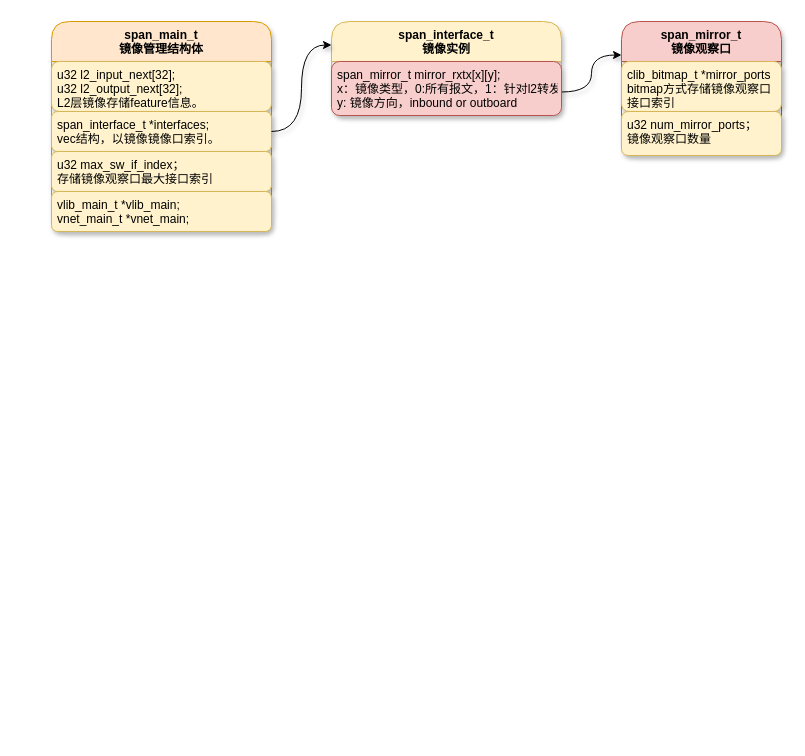
Before: new_map/vpp-span.drawio in jin13417/dpdk-vpp-learning, a draw.io diagram. Source tidied: cells renumbered, new cells numbered last; positions are measured from the earlier drawing's top-left corner, leaving out a move shared by most shapes. Both pictures are drawn from the tidied source at 100%, with x=0, y=0 at pixel (51, 21).
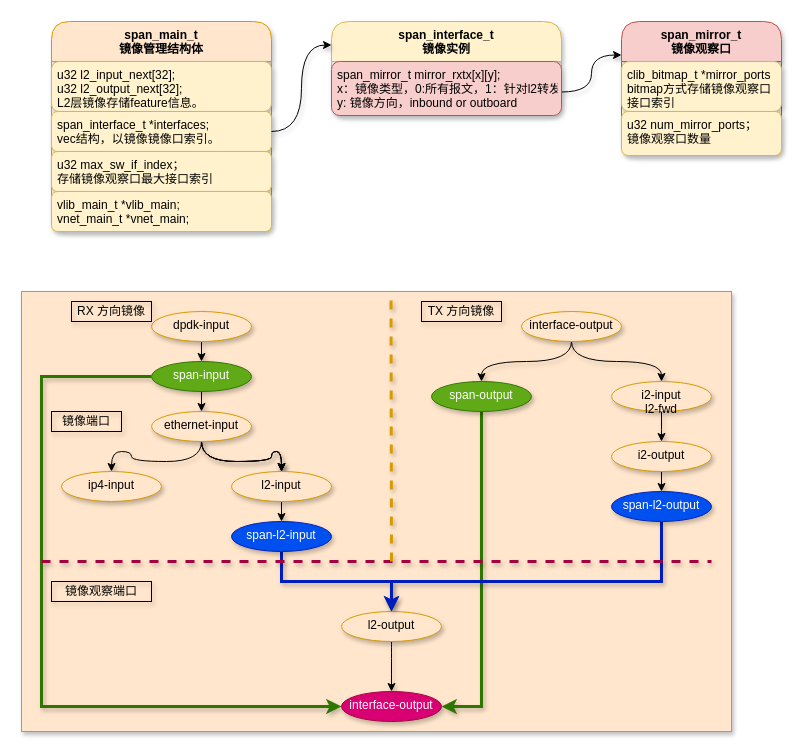
The same page after the edit.

Change to the diagram source:
```diff
@@
+    <mxCell id="14" style="rounded=0;whiteSpace=wrap;html=1;shadow=1;startSize=40;strokeColor=#d79b00;fillColor=#ffe6cc;verticalAlign=top;" parent="1" vertex="1">
+      <mxGeometry x="-30" y="270" width="710" height="440" as="geometry" />
+    </mxCell>
@@
+    <mxCell id="15" style="edgeStyle=orthogonalEdgeStyle;curved=1;rounded=0;jettySize=auto;html=1;shadow=1;startSize=40;" parent="1" edge="1" source="16" target="19">
+      <mxGeometry relative="1" as="geometry" />
+    </mxCell>
+    <mxCell id="16" value="dpdk-input" style="ellipse;whiteSpace=wrap;html=1;rounded=1;shadow=1;startSize=40;strokeColor=#d79b00;fillColor=#ffe6cc;verticalAlign=top;" parent="1" vertex="1">
+      <mxGeometry x="100" y="290" width="100" height="30" as="geometry" />
+    </mxCell>
+    <mxCell id="17" style="edgeStyle=orthogonalEdgeStyle;curved=1;rounded=0;jettySize=auto;html=1;shadow=1;startSize=40;" parent="1" edge="1" source="19" target="24">
+      <mxGeometry relative="1" as="geometry" />
+    </mxCell>
+    <mxCell id="18" style="edgeStyle=orthogonalEdgeStyle;rounded=0;jettySize=auto;html=1;exitX=0;exitY=0.5;exitDx=0;exitDy=0;entryX=0;entryY=0.5;entryDx=0;entryDy=0;shadow=1;startSize=40;fillColor=#60a917;strokeColor=#2D7600;strokeWidth=3;" parent="1" edge="1" source="19" target="32">
+      <mxGeometry relative="1" as="geometry">
+        <Array as="points">
+          <mxPoint x="-10" y="355" />
+          <mxPoint x="-10" y="685" />
+        </Array>
+      </mxGeometry>
+    </mxCell>
+    <mxCell id="19" value="span-input" style="ellipse;whiteSpace=wrap;html=1;rounded=1;shadow=1;startSize=40;strokeColor=#2D7600;fillColor=#60a917;verticalAlign=top;fontColor=#ffffff;" parent="1" vertex="1">
+      <mxGeometry x="100" y="340" width="100" height="30" as="geometry" />
+    </mxCell>
+    <mxCell id="20" style="edgeStyle=orthogonalEdgeStyle;curved=1;rounded=0;jettySize=auto;html=1;shadow=1;startSize=40;" parent="1" edge="1" source="24" target="26">
+      <mxGeometry relative="1" as="geometry" />
+    </mxCell>
+    <mxCell id="21" style="edgeStyle=orthogonalEdgeStyle;curved=1;rounded=0;jettySize=auto;html=1;shadow=1;startSize=40;" parent="1" edge="1" source="24" target="26">
+      <mxGeometry relative="1" as="geometry" />
+    </mxCell>
+    <mxCell id="22" style="edgeStyle=orthogonalEdgeStyle;curved=1;rounded=0;jettySize=auto;html=1;shadow=1;startSize=40;" parent="1" edge="1" source="24" target="26">
+      <mxGeometry relative="1" as="geometry" />
+    </mxCell>
+    <mxCell id="23" style="edgeStyle=orthogonalEdgeStyle;curved=1;rounded=0;jettySize=auto;html=1;shadow=1;startSize=40;" parent="1" edge="1" source="24" target="27">
+      <mxGeometry relative="1" as="geometry" />
+    </mxCell>
+    <mxCell id="24" value="ethernet-input" style="ellipse;whiteSpace=wrap;html=1;rounded=1;shadow=1;startSize=40;strokeColor=#d79b00;fillColor=#ffe6cc;verticalAlign=top;" parent="1" vertex="1">
+      <mxGeometry x="100" y="390" width="100" height="30" as="geometry" />
+    </mxCell>
+    <mxCell id="25" style="edgeStyle=orthogonalEdgeStyle;curved=1;rounded=0;jettySize=auto;html=1;shadow=1;startSize=40;" parent="1" edge="1" source="26" target="29">
+      <mxGeometry relative="1" as="geometry" />
+    </mxCell>
+    <mxCell id="26" value="l2-input" style="ellipse;whiteSpace=wrap;html=1;rounded=1;shadow=1;startSize=40;strokeColor=#d79b00;fillColor=#ffe6cc;verticalAlign=top;" parent="1" vertex="1">
+      <mxGeometry x="180" y="450" width="100" height="30" as="geometry" />
+    </mxCell>
+    <mxCell id="27" value="ip4-input" style="ellipse;whiteSpace=wrap;html=1;rounded=1;shadow=1;startSize=40;strokeColor=#d79b00;fillColor=#ffe6cc;verticalAlign=top;" parent="1" vertex="1">
+      <mxGeometry x="10" y="450" width="100" height="30" as="geometry" />
+    </mxCell>
+    <mxCell id="28" style="edgeStyle=orthogonalEdgeStyle;rounded=0;jettySize=auto;html=1;exitX=0.5;exitY=1;exitDx=0;exitDy=0;entryX=0.5;entryY=0;entryDx=0;entryDy=0;shadow=1;startSize=40;fillColor=#0050ef;strokeColor=#001DBC;strokeWidth=3;" parent="1" edge="1" source="29" target="31">
+      <mxGeometry relative="1" as="geometry" />
+    </mxCell>
+    <mxCell id="29" value="span-l2-input" style="ellipse;whiteSpace=wrap;html=1;rounded=1;shadow=1;startSize=40;strokeColor=#001DBC;fillColor=#0050ef;verticalAlign=top;fontColor=#ffffff;" parent="1" vertex="1">
+      <mxGeometry x="180" y="500" width="100" height="30" as="geometry" />
+    </mxCell>
+    <mxCell id="30" style="edgeStyle=orthogonalEdgeStyle;curved=1;rounded=0;jettySize=auto;html=1;shadow=1;startSize=40;" parent="1" edge="1" source="31" target="32">
+      <mxGeometry relative="1" as="geometry" />
+    </mxCell>
+    <mxCell id="31" value="l2-output" style="ellipse;whiteSpace=wrap;html=1;rounded=1;shadow=1;startSize=40;strokeColor=#d79b00;fillColor=#ffe6cc;verticalAlign=top;" parent="1" vertex="1">
+      <mxGeometry x="290" y="590" width="100" height="30" as="geometry" />
+    </mxCell>
+    <mxCell id="32" value="interface-output" style="ellipse;whiteSpace=wrap;html=1;rounded=1;shadow=1;startSize=40;strokeColor=#A50040;fillColor=#d80073;verticalAlign=top;fontColor=#ffffff;" parent="1" vertex="1">
+      <mxGeometry x="290" y="670" width="100" height="30" as="geometry" />
+    </mxCell>
+    <mxCell id="33" style="edgeStyle=orthogonalEdgeStyle;curved=1;rounded=0;jettySize=auto;html=1;shadow=1;startSize=40;" parent="1" edge="1" source="35" target="37">
+      <mxGeometry relative="1" as="geometry" />
+    </mxCell>
+    <mxCell id="34" style="edgeStyle=orthogonalEdgeStyle;curved=1;rounded=0;jettySize=auto;html=1;shadow=1;startSize=40;" parent="1" edge="1" source="35" target="39">
+      <mxGeometry relative="1" as="geometry" />
+    </mxCell>
+    <mxCell id="35" value="interface-output" style="ellipse;whiteSpace=wrap;html=1;rounded=1;shadow=1;startSize=40;strokeColor=#d79b00;fillColor=#ffe6cc;verticalAlign=top;" parent="1" vertex="1">
+      <mxGeometry x="470" y="290" width="100" height="30" as="geometry" />
+    </mxCell>
+    <mxCell id="36" style="edgeStyle=orthogonalEdgeStyle;rounded=0;jettySize=auto;html=1;exitX=0.5;exitY=1;exitDx=0;exitDy=0;entryX=1;entryY=0.5;entryDx=0;entryDy=0;shadow=1;startSize=40;fillColor=#60a917;strokeColor=#2D7600;strokeWidth=3;" parent="1" edge="1" source="37" target="32">
+      <mxGeometry relative="1" as="geometry" />
+    </mxCell>
+    <mxCell id="37" value="span-output" style="ellipse;whiteSpace=wrap;html=1;rounded=1;shadow=1;startSize=40;strokeColor=#2D7600;fillColor=#60a917;verticalAlign=top;fontColor=#ffffff;" parent="1" vertex="1">
+      <mxGeometry x="380" y="360" width="100" height="30" as="geometry" />
+    </mxCell>
+    <mxCell id="38" style="edgeStyle=orthogonalEdgeStyle;curved=1;rounded=0;jettySize=auto;html=1;shadow=1;startSize=40;" parent="1" edge="1" source="39" target="41">
+      <mxGeometry relative="1" as="geometry" />
+    </mxCell>
+    <mxCell id="39" value="i2-input&lt;br&gt;l2-fwd" style="ellipse;whiteSpace=wrap;html=1;rounded=1;shadow=1;startSize=40;strokeColor=#d79b00;fillColor=#ffe6cc;verticalAlign=top;" parent="1" vertex="1">
+      <mxGeometry x="560" y="360" width="100" height="30" as="geometry" />
+    </mxCell>
+    <mxCell id="40" style="edgeStyle=orthogonalEdgeStyle;curved=1;rounded=0;jettySize=auto;html=1;shadow=1;startSize=40;" parent="1" edge="1" source="41" target="43">
+      <mxGeometry relative="1" as="geometry" />
+    </mxCell>
+    <mxCell id="41" value="i2-output" style="ellipse;whiteSpace=wrap;html=1;rounded=1;shadow=1;startSize=40;strokeColor=#d79b00;fillColor=#ffe6cc;verticalAlign=top;" parent="1" vertex="1">
+      <mxGeometry x="560" y="420" width="100" height="30" as="geometry" />
+    </mxCell>
+    <mxCell id="42" style="edgeStyle=orthogonalEdgeStyle;rounded=0;jettySize=auto;html=1;exitX=0.5;exitY=1;exitDx=0;exitDy=0;shadow=1;startSize=40;strokeWidth=3;fillColor=#0050ef;strokeColor=#001DBC;" parent="1" edge="1" source="43">
+      <mxGeometry relative="1" as="geometry">
+        <mxPoint x="340" y="590" as="targetPoint" />
+        <Array as="points">
+          <mxPoint x="610" y="560" />
+          <mxPoint x="340" y="560" />
+        </Array>
+      </mxGeometry>
+    </mxCell>
+    <mxCell id="43" value="span-l2-output" style="ellipse;whiteSpace=wrap;html=1;rounded=1;shadow=1;startSize=40;strokeColor=#001DBC;fillColor=#0050ef;verticalAlign=top;fontColor=#ffffff;" parent="1" vertex="1">
+      <mxGeometry x="560" y="470" width="100" height="30" as="geometry" />
+    </mxCell>
+    <mxCell id="44" style="endArrow=none;dashed=1;html=1;shadow=1;startSize=40;strokeWidth=3;fillColor=#d80073;strokeColor=#A50040;" parent="1" edge="1">
+      <mxGeometry relative="1" as="geometry">
+        <mxPoint x="-10" y="540" as="sourcePoint" />
+        <mxPoint x="660" y="540" as="targetPoint" />
+      </mxGeometry>
+    </mxCell>
+    <mxCell id="45" value="镜像端口" style="text;html=1;fillColor=none;align=center;verticalAlign=middle;whiteSpace=wrap;rounded=0;shadow=1;startSize=40;strokeColor=#000000;" parent="1" vertex="1">
+      <mxGeometry y="390" width="70" height="20" as="geometry" />
+    </mxCell>
+    <mxCell id="46" value="镜像观察端口" style="text;html=1;fillColor=none;align=center;verticalAlign=middle;whiteSpace=wrap;rounded=0;shadow=1;startSize=40;strokeColor=#000000;" parent="1" vertex="1">
+      <mxGeometry y="560" width="100" height="20" as="geometry" />
+    </mxCell>
+    <mxCell id="47" style="endArrow=none;dashed=1;html=1;shadow=1;startSize=40;strokeWidth=3;fillColor=#ffe6cc;strokeColor=#d79b00;" parent="1" edge="1">
+      <mxGeometry relative="1" as="geometry">
+        <mxPoint x="340" y="540" as="sourcePoint" />
+        <mxPoint x="339.5" y="270" as="targetPoint" />
+      </mxGeometry>
+    </mxCell>
+    <mxCell id="48" value="RX 方向镜像" style="text;html=1;fillColor=none;align=center;verticalAlign=middle;whiteSpace=wrap;rounded=0;shadow=1;startSize=40;strokeColor=#000000;" parent="1" vertex="1">
+      <mxGeometry x="20" y="280" width="80" height="20" as="geometry" />
+    </mxCell>
+    <mxCell id="49" value="TX 方向镜像" style="text;html=1;fillColor=none;align=center;verticalAlign=middle;whiteSpace=wrap;rounded=0;shadow=1;startSize=40;strokeColor=#000000;" parent="1" vertex="1">
+      <mxGeometry x="370" y="280" width="80" height="20" as="geometry" />
+    </mxCell>
```
